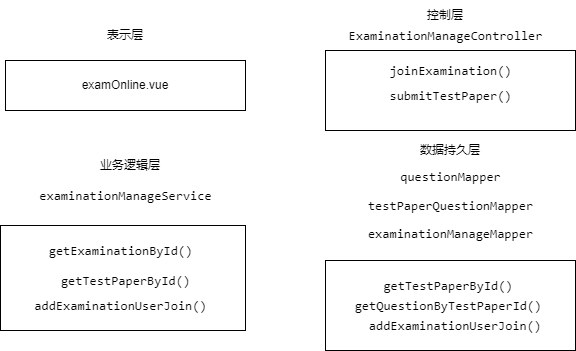
Above: 第一章/考试功能大纲视图.drawio.png in JackeyTower/pic-work (draw.io), before the change. Source tidied: cells renumbered, new cells last; positions are measured from the earlier drawing's top-left corner, leaving out a move shared by most shapes.
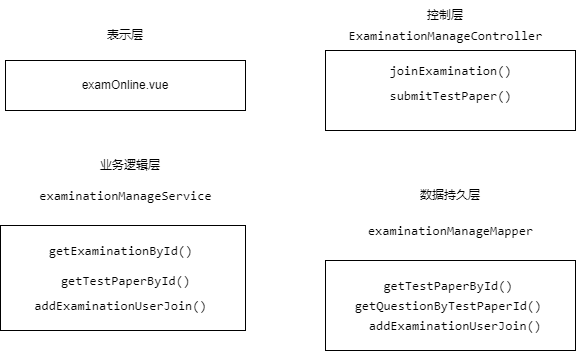
Above is the later version.

Commit message:
更新考试功能大纲视图.drawio.png

The edit, as a diff of the source:
```diff
@@ -24,10 +24,10 @@
       <mxGeometry x="25" y="165" width="200" height="60" as="geometry" />
     </mxCell>
     <mxCell id="9" value="数据持久层" style="text;html=1;strokeColor=none;fillColor=none;align=center;verticalAlign=middle;whiteSpace=wrap;rounded=0;" parent="1" vertex="1">
-      <mxGeometry x="415" y="135" width="70" height="30" as="geometry" />
+      <mxGeometry x="415" y="180" width="70" height="30" as="geometry" />
     </mxCell>
-    <mxCell id="10" value="&lt;pre style=&quot;background-color: rgb(255, 255, 255); font-family: Consolas; font-size: 9.8pt;&quot;&gt;&lt;pre style=&quot;font-family: Consolas; font-size: 9.8pt;&quot;&gt;questionMapper&lt;/pre&gt;&lt;pre style=&quot;font-family: Consolas; font-size: 9.8pt;&quot;&gt;testPaperQuestionMapper&lt;/pre&gt;&lt;pre style=&quot;font-family: Consolas; font-size: 9.8pt;&quot;&gt;examinationManageMapper&lt;/pre&gt;&lt;/pre&gt;" style="text;html=1;align=center;verticalAlign=middle;strokeColor=none;fillColor=none;" parent="1" vertex="1">
-      <mxGeometry x="355" y="150" width="190" height="110" as="geometry" />
+    <mxCell id="10" value="&lt;pre style=&quot;background-color: rgb(255, 255, 255); font-family: Consolas; font-size: 9.8pt;&quot;&gt;&lt;pre style=&quot;font-family: Consolas; font-size: 9.8pt;&quot;&gt;&lt;span style=&quot;font-size: 9.8pt; white-space: nowrap;&quot;&gt;examinationManageMapper&lt;/span&gt;&lt;br&gt;&lt;/pre&gt;&lt;/pre&gt;" style="text;html=1;align=center;verticalAlign=middle;strokeColor=none;fillColor=none;" parent="1" vertex="1">
+      <mxGeometry x="355" y="200" width="190" height="60" as="geometry" />
     </mxCell>
     <mxCell id="11" style="rounded=0;whiteSpace=wrap;html=1;" parent="1" vertex="1">
       <mxGeometry x="325" y="260" width="250" height="90" as="geometry" />
```
